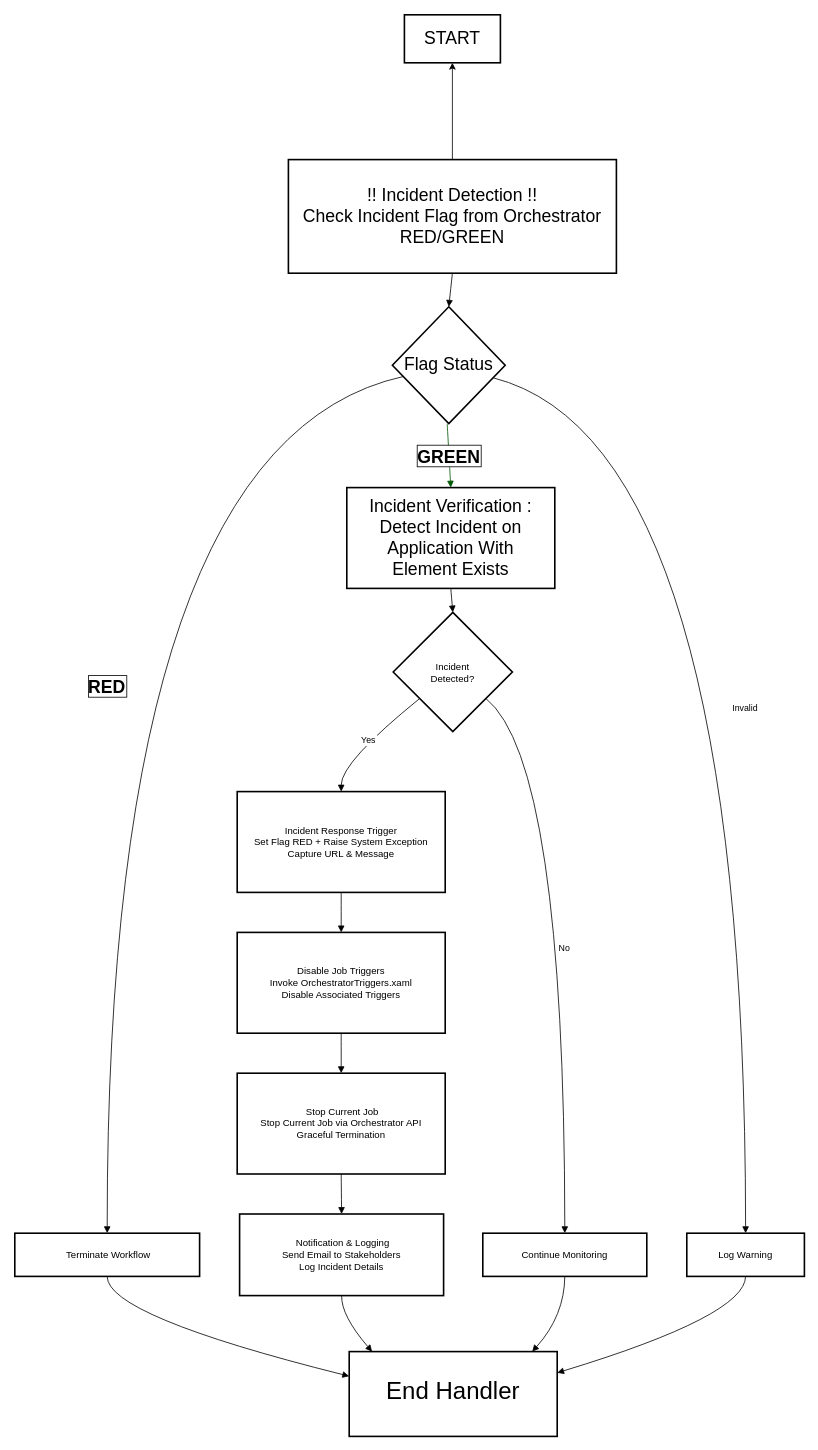
Before: Untitled Diagram.drawio in harshitsharmatpg/vault, a draw.io diagram. Source tidied: cells renumbered, new cells numbered last; positions are measured from the earlier drawing's top-left corner, leaving out a move shared by most shapes. Both pictures are drawn from the tidied source at 80%, with x=0, y=0 at pixel (14, 14).
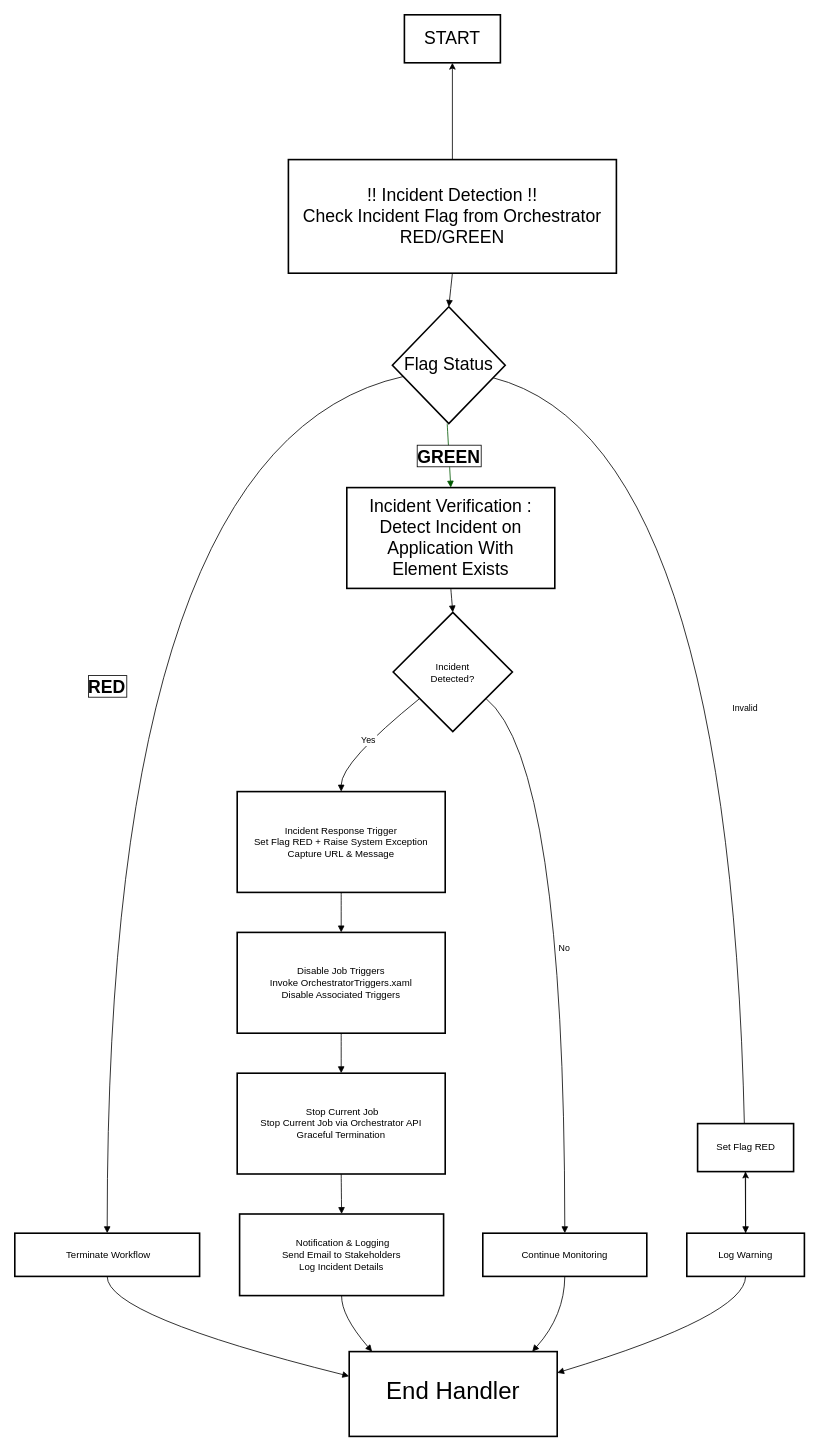
Above is the later version.

Unchanged cells that the change refers to:
```xml
<mxCell id="7" value="Log Warning" style="whiteSpace=wrap;strokeWidth=2;" parent="1" vertex="1">
  <mxGeometry x="840" y="1523" width="147" height="54" as="geometry" />
</mxCell>
```

The edit, as a diff of the source:
```diff
@@
+    <mxCell id="30" style="edgeStyle=orthogonalEdgeStyle;rounded=0;jettySize=auto;html=1;" parent="1" edge="1" source="7" target="31">
+      <mxGeometry relative="1" as="geometry" />
+    </mxCell>
@@
+    <mxCell id="31" value="Set Flag RED" style="whiteSpace=wrap;html=1;strokeWidth=2;" parent="1" vertex="1">
+      <mxGeometry x="853.5" y="1386" width="120" height="60" as="geometry" />
+    </mxCell>
```
